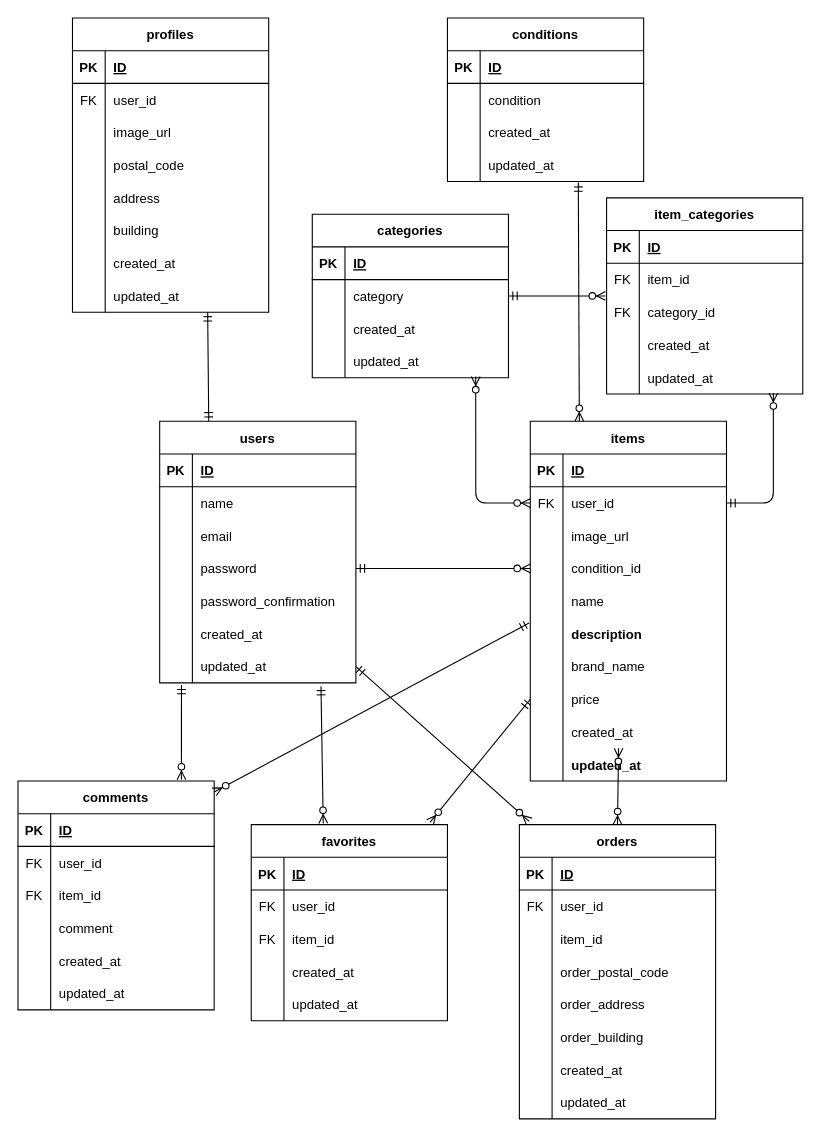
Above: diagram.drawio in butterfly-39/mock_project1_20250127 (draw.io), before the change. Source tidied: cells renumbered, new cells numbered last; positions are measured from the earlier drawing's top-left corner, leaving out a move shared by most shapes. Both pictures are drawn from the tidied source at 109%, with x=0, y=0 at pixel (17, 17).
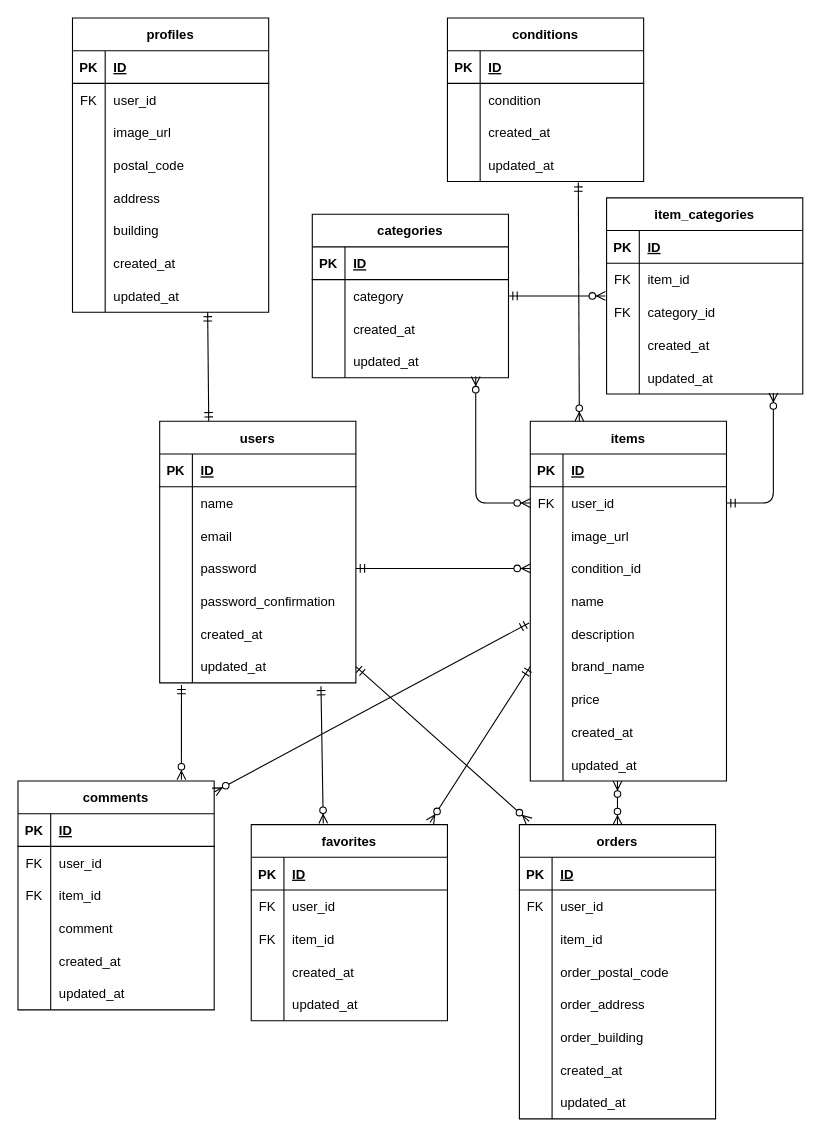
The same diagram, later.

Unchanged cells that the change refers to:
```xml
<mxCell id="2" value="orders" style="shape=table;startSize=30;childLayout=tableLayout;rowLines=0;fontStyle=1;align=center;rounded=0;" parent="1" vertex="1">
  <mxGeometry x="460" y="740" width="180" height="270" as="geometry" />
</mxCell>
<mxCell id="43" value="comments" style="shape=table;startSize=30;childLayout=tableLayout;rowLines=0;fontStyle=1;align=center;rounded=0;" parent="1" vertex="1">
  <mxGeometry y="700" width="180" height="210" as="geometry" />
</mxCell>
<mxCell id="62" value="items" style="shape=table;startSize=30;childLayout=tableLayout;rowLines=0;fontStyle=1;align=center;rounded=0;" parent="1" vertex="1">
  <mxGeometry x="470" y="370" width="180" height="330" as="geometry" />
</mxCell>
```

Change to the diagram source:
```diff
@@
-    <mxCell id="78" style="shape=tableRow;horizontal=0;startSize=0;swimlaneHead=0;swimlaneBody=0;fillColor=none;points=[[0,0.5],[1,0.5]];portConstraint=eastwest;top=0;left=0;right=0;bottom=0;rounded=0;" parent="62" vertex="1">
-      <mxGeometry y="180" width="180" height="30" as="geometry" />
-    </mxCell>
-    <mxCell id="79" style="shape=partialRectangle;fillColor=none;top=0;left=0;bottom=0;right=0;overflow=hidden;rounded=0;" parent="78" vertex="1">
-      <mxGeometry width="30" height="30" as="geometry" />
-    </mxCell>
-    <mxCell id="80" value="description" style="shape=partialRectangle;fillColor=none;top=0;left=0;bottom=0;right=0;align=left;spacingLeft=6;overflow=hidden;fontStyle=1;rounded=0;" parent="78" vertex="1">
-      <mxGeometry x="30" width="150" height="30" as="geometry" />
-    </mxCell>
     <mxCell id="81" style="shape=tableRow;horizontal=0;startSize=0;swimlaneHead=0;swimlaneBody=0;fillColor=none;top=0;left=0;right=0;bottom=0;rounded=0;" parent="62" vertex="1">
-      <mxGeometry y="210" width="180" height="30" as="geometry" />
+      <mxGeometry y="180" width="180" height="30" as="geometry" />
     </mxCell>
@@
-    <mxCell id="83" value="brand_name" style="shape=partialRectangle;fillColor=none;top=0;left=0;bottom=0;right=0;align=left;spacingLeft=6;overflow=hidden;rounded=0;" parent="81" vertex="1">
+    <mxCell id="83" value="description" style="shape=partialRectangle;fillColor=none;top=0;left=0;bottom=0;right=0;align=left;spacingLeft=6;overflow=hidden;rounded=0;" parent="81" vertex="1">
       <mxGeometry x="30" width="150" height="30" as="geometry" />
     </mxCell>
     <mxCell id="84" style="shape=tableRow;horizontal=0;startSize=0;swimlaneHead=0;swimlaneBody=0;fillColor=none;points=[[0,0.5],[1,0.5]];portConstraint=eastwest;top=0;left=0;right=0;bottom=0;rounded=0;" parent="62" vertex="1">
-      <mxGeometry y="240" width="180" height="30" as="geometry" />
+      <mxGeometry y="210" width="180" height="30" as="geometry" />
     </mxCell>
@@
-    <mxCell id="86" value="price" style="shape=partialRectangle;fillColor=none;top=0;left=0;bottom=0;right=0;align=left;spacingLeft=6;overflow=hidden;rounded=0;" parent="84" vertex="1">
+    <mxCell id="86" value="brand_name" style="shape=partialRectangle;fillColor=none;top=0;left=0;bottom=0;right=0;align=left;spacingLeft=6;overflow=hidden;rounded=0;" parent="84" vertex="1">
       <mxGeometry x="30" width="150" height="30" as="geometry" />
     </mxCell>
     <mxCell id="87" style="shape=tableRow;horizontal=0;startSize=0;swimlaneHead=0;swimlaneBody=0;fillColor=none;points=[[0,0.5],[1,0.5]];portConstraint=eastwest;top=0;left=0;right=0;bottom=0;rounded=0;" parent="62" vertex="1">
-      <mxGeometry y="270" width="180" height="30" as="geometry" />
+      <mxGeometry y="240" width="180" height="30" as="geometry" />
     </mxCell>
@@
-    <mxCell id="89" value="created_at" style="shape=partialRectangle;fillColor=none;top=0;left=0;bottom=0;right=0;align=left;spacingLeft=6;overflow=hidden;rounded=0;" parent="87" vertex="1">
+    <mxCell id="89" value="price" style="shape=partialRectangle;fillColor=none;top=0;left=0;bottom=0;right=0;align=left;spacingLeft=6;overflow=hidden;rounded=0;" parent="87" vertex="1">
       <mxGeometry x="30" width="150" height="30" as="geometry" />
     </mxCell>
     <mxCell id="90" style="shape=tableRow;horizontal=0;startSize=0;swimlaneHead=0;swimlaneBody=0;fillColor=none;top=0;left=0;right=0;bottom=0;rounded=0;" parent="62" vertex="1">
-      <mxGeometry y="300" width="180" height="30" as="geometry" />
+      <mxGeometry y="270" width="180" height="30" as="geometry" />
     </mxCell>
@@
-    <mxCell id="92" value="updated_at" style="shape=partialRectangle;fillColor=none;top=0;left=0;bottom=0;right=0;align=left;spacingLeft=6;overflow=hidden;fontStyle=1;rounded=0;" parent="90" vertex="1">
+    <mxCell id="92" value="created_at" style="shape=partialRectangle;fillColor=none;top=0;left=0;bottom=0;right=0;align=left;spacingLeft=6;overflow=hidden;fontStyle=0;rounded=0;" parent="90" vertex="1">
       <mxGeometry x="30" width="150" height="30" as="geometry" />
     </mxCell>
+    <mxCell id="194" style="shape=tableRow;horizontal=0;startSize=0;swimlaneHead=0;swimlaneBody=0;fillColor=none;top=0;left=0;right=0;bottom=0;rounded=0;" parent="62" vertex="1">
+      <mxGeometry y="300" width="180" height="30" as="geometry" />
+    </mxCell>
+    <mxCell id="79" style="shape=partialRectangle;fillColor=none;top=0;left=0;bottom=0;right=0;overflow=hidden;rounded=0;" parent="194" vertex="1">
+      <mxGeometry width="30" height="30" as="geometry" />
+    </mxCell>
+    <mxCell id="195" value="updated_at" style="shape=partialRectangle;fillColor=none;top=0;left=0;bottom=0;right=0;align=left;spacingLeft=6;overflow=hidden;rounded=0;" parent="194" vertex="1">
+      <mxGeometry x="30" width="150" height="30" as="geometry" />
+    </mxCell>
@@
-    <mxCell id="187" style="fontSize=12;html=1;endArrow=ERzeroToMany;startArrow=ERmandOne;exitX=-0.006;exitY=0.167;exitDx=0;exitDy=0;exitPerimeter=0;entryX=1;entryY=0.048;entryDx=0;entryDy=0;entryPerimeter=0;" parent="1" edge="1" source="78" target="43">
-      <mxGeometry relative="1" as="geometry" />
+    <mxCell id="187" style="fontSize=12;html=1;endArrow=ERzeroToMany;startArrow=ERmandOne;exitX=-0.006;exitY=0.167;exitDx=0;exitDy=0;exitPerimeter=0;entryX=1;entryY=0.048;entryDx=0;entryDy=0;entryPerimeter=0;" parent="1" edge="1" target="43">
+      <mxGeometry relative="1" as="geometry">
+        <mxPoint x="468.9" y="555" as="sourcePoint" />
+      </mxGeometry>
     </mxCell>
@@
-    <mxCell id="193" style="fontSize=12;html=1;endArrow=ERzeroToMany;endFill=1;startArrow=ERzeroToMany;exitX=0.5;exitY=0;exitDx=0;exitDy=0;entryX=0.45;entryY=1;entryDx=0;entryDy=0;entryPerimeter=0;" parent="1" edge="1" source="2" target="87">
-      <mxGeometry relative="1" as="geometry" />
+    <mxCell id="193" style="fontSize=12;html=1;endArrow=ERzeroToMany;endFill=1;startArrow=ERzeroToMany;exitX=0.5;exitY=0;exitDx=0;exitDy=0;" parent="1" edge="1" source="2">
+      <mxGeometry relative="1" as="geometry">
+        <mxPoint x="550" y="700" as="targetPoint" />
+      </mxGeometry>
     </mxCell>
```
